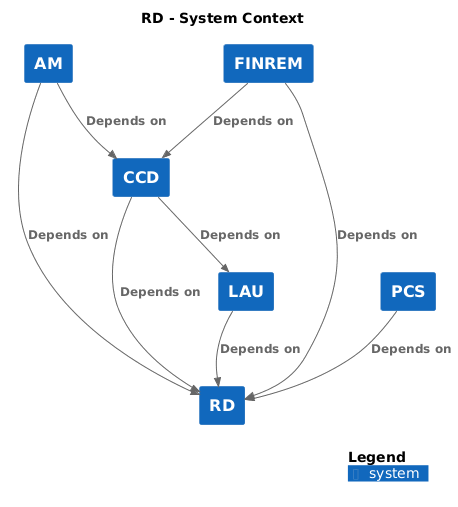
This is docs/c4/rd/images/structurizr-rd-context.png from hmcts/cnp-api-docs, a PlantUML export, as it was before one commit.
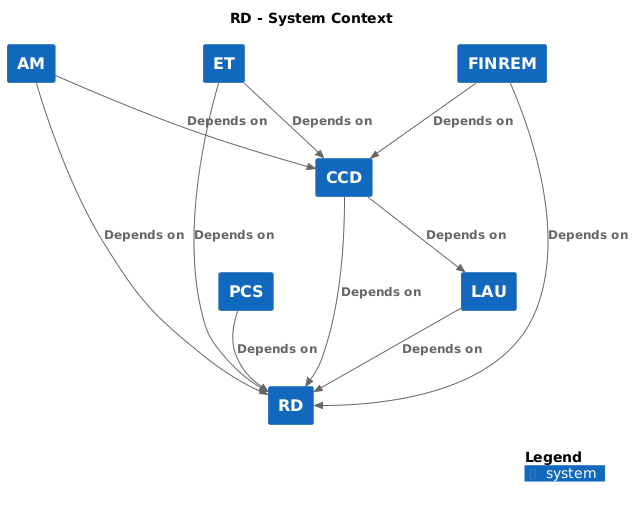
Above is the later version.

What changed in the source:
```diff
@@ -9,6 +9,7 @@
 
 System(RD, "RD", $descr="", $tags="", $link="")
 System(AM, "AM", $descr="", $tags="", $link="")
+System(ET, "ET", $descr="", $tags="", $link="")
 System(PCS, "PCS", $descr="", $tags="", $link="")
 System(LAU, "LAU", $descr="", $tags="", $link="")
 System(CCD, "CCD", $descr="", $tags="", $link="")
@@ -21,6 +22,8 @@
 Rel(FINREM, RD, "Depends on", $techn="", $tags="", $link="")
 Rel(AM, RD, "Depends on", $techn="", $tags="", $link="")
 Rel(AM, CCD, "Depends on", $techn="", $tags="", $link="")
+Rel(ET, CCD, "Depends on", $techn="", $tags="", $link="")
+Rel(ET, RD, "Depends on", $techn="", $tags="", $link="")
 Rel(PCS, RD, "Depends on", $techn="", $tags="", $link="")
 
 SHOW_DYNAMIC_LEGEND()
```
